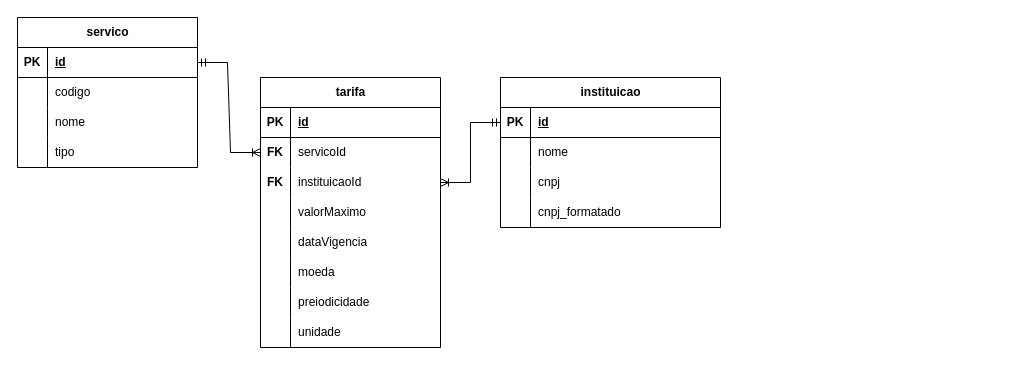
This is docs/Untitled Diagram.drawio from cluster-8/eFinance, a draw.io file, before an edit. Source tidied: cells renumbered, new cells numbered last; positions are measured from the earlier drawing's top-left corner, leaving out a move shared by most shapes. Both pictures are drawn from the tidied source at 100%, with x=0, y=0 at pixel (17, 17).
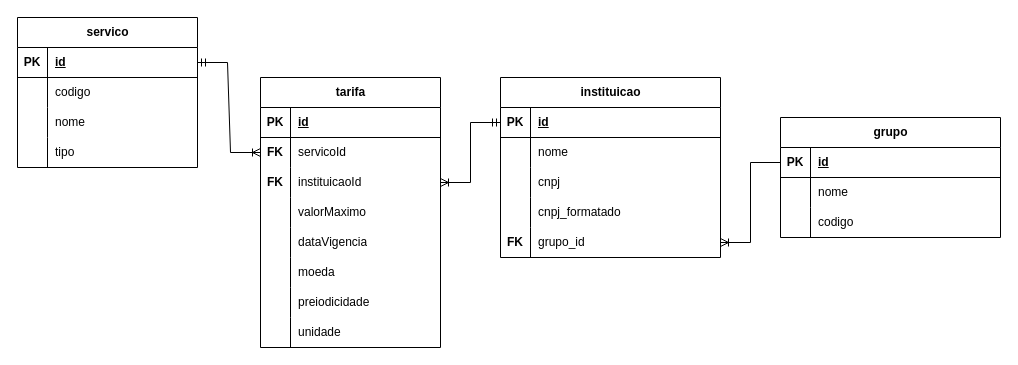
Above is the later version.

Change to the diagram source:
```diff
@@
     <mxCell id="15" value="instituicao" style="shape=table;startSize=30;childLayout=tableLayout;rowLines=0;fontStyle=1;align=center;html=1;" parent="1" vertex="1">
-      <mxGeometry x="483" y="60" width="220" height="150" as="geometry" />
+      <mxGeometry x="483" y="60" width="220" height="180" as="geometry" />
     </mxCell>
@@
+    <mxCell id="55" style="shape=tableRow;horizontal=0;startSize=0;swimlaneHead=0;swimlaneBody=0;fillColor=none;points=[[0,0.5],[1,0.5]];portConstraint=eastwest;top=0;left=0;right=0;bottom=0;" parent="15" vertex="1">
+      <mxGeometry y="150" width="220" height="30" as="geometry" />
+    </mxCell>
+    <mxCell id="56" value="&lt;b&gt;FK&lt;/b&gt;" style="shape=partialRectangle;fillColor=none;top=0;left=0;bottom=0;right=0;overflow=hidden;whiteSpace=wrap;html=1;" parent="55" vertex="1">
+      <mxGeometry width="30" height="30" as="geometry" />
+    </mxCell>
+    <mxCell id="57" value="&lt;div&gt;grupo_id&lt;/div&gt;" style="shape=partialRectangle;fillColor=none;top=0;left=0;bottom=0;right=0;align=left;spacingLeft=6;overflow=hidden;whiteSpace=wrap;html=1;" parent="55" vertex="1">
+      <mxGeometry x="30" width="190" height="30" as="geometry" />
+    </mxCell>
@@
+    <mxCell id="58" value="grupo" style="shape=table;startSize=30;childLayout=tableLayout;rowLines=0;fontStyle=1;align=center;html=1;" parent="1" vertex="1">
+      <mxGeometry x="763" y="100" width="220" height="120" as="geometry" />
+    </mxCell>
+    <mxCell id="59" style="shape=tableRow;horizontal=0;startSize=0;swimlaneHead=0;swimlaneBody=0;fillColor=none;points=[[0,0.5],[1,0.5]];portConstraint=eastwest;top=0;left=0;right=0;bottom=1;" parent="58" vertex="1">
+      <mxGeometry y="30" width="220" height="30" as="geometry" />
+    </mxCell>
+    <mxCell id="60" value="PK" style="shape=partialRectangle;fillColor=none;top=0;left=0;bottom=0;right=0;fontStyle=1;overflow=hidden;whiteSpace=wrap;html=1;" parent="59" vertex="1">
+      <mxGeometry width="30" height="30" as="geometry" />
+    </mxCell>
+    <mxCell id="61" value="id" style="shape=partialRectangle;fillColor=none;top=0;left=0;bottom=0;right=0;align=left;spacingLeft=6;fontStyle=5;overflow=hidden;whiteSpace=wrap;html=1;" parent="59" vertex="1">
+      <mxGeometry x="30" width="190" height="30" as="geometry" />
+    </mxCell>
+    <mxCell id="62" style="shape=tableRow;horizontal=0;startSize=0;swimlaneHead=0;swimlaneBody=0;fillColor=none;top=0;left=0;right=0;bottom=0;" parent="58" vertex="1">
+      <mxGeometry y="60" width="220" height="30" as="geometry" />
+    </mxCell>
+    <mxCell id="63" style="shape=partialRectangle;fillColor=none;top=0;left=0;bottom=0;right=0;overflow=hidden;whiteSpace=wrap;html=1;" parent="62" vertex="1">
+      <mxGeometry width="30" height="30" as="geometry" />
+    </mxCell>
+    <mxCell id="64" value="&lt;div&gt;nome&lt;/div&gt;" style="shape=partialRectangle;fillColor=none;top=0;left=0;bottom=0;right=0;align=left;spacingLeft=6;overflow=hidden;whiteSpace=wrap;html=1;" parent="62" vertex="1">
+      <mxGeometry x="30" width="190" height="30" as="geometry" />
+    </mxCell>
+    <mxCell id="65" style="shape=tableRow;horizontal=0;startSize=0;swimlaneHead=0;swimlaneBody=0;fillColor=none;top=0;left=0;right=0;bottom=0;" parent="58" vertex="1">
+      <mxGeometry y="90" width="220" height="30" as="geometry" />
+    </mxCell>
+    <mxCell id="66" style="shape=partialRectangle;fillColor=none;top=0;left=0;bottom=0;right=0;overflow=hidden;whiteSpace=wrap;html=1;" parent="65" vertex="1">
+      <mxGeometry width="30" height="30" as="geometry" />
+    </mxCell>
+    <mxCell id="67" value="codigo" style="shape=partialRectangle;fillColor=none;top=0;left=0;bottom=0;right=0;align=left;spacingLeft=6;overflow=hidden;whiteSpace=wrap;html=1;" parent="65" vertex="1">
+      <mxGeometry x="30" width="190" height="30" as="geometry" />
+    </mxCell>
+    <mxCell id="68" style="edgeStyle=entityRelationEdgeStyle;fontSize=12;html=1;endArrow=ERoneToMany;rounded=0;exitX=0;exitY=0.5;exitDx=0;exitDy=0;" parent="1" edge="1" source="59" target="55">
+      <mxGeometry relative="1" as="geometry" />
+    </mxCell>
```
